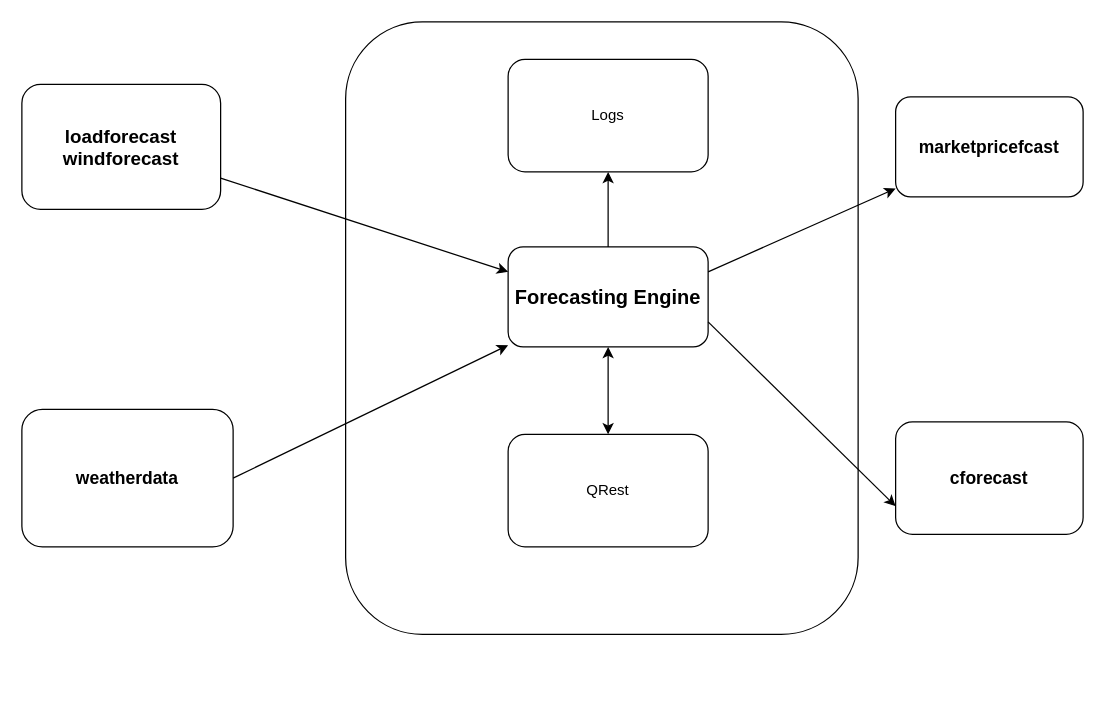
MorrisStranger/App_Academy keeps this draw.io diagram as forecastingengine.drawio. Above is the earlier version. Source tidied: cells renumbered, new cells numbered last; positions are measured from the earlier drawing's top-left corner, leaving out a move shared by most shapes. Both pictures are drawn from the tidied source at 125%, with x=0, y=0 at pixel (21, 21).
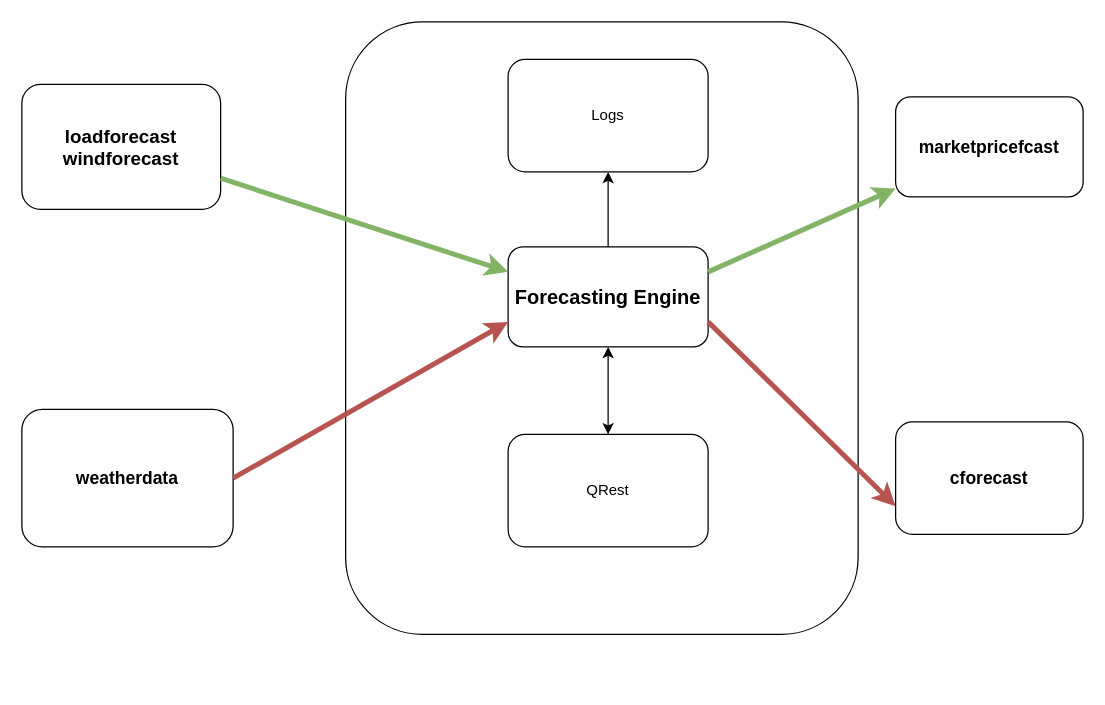
After the change.

What changed in the source:
```diff
@@
 <mxGraphModel>
   <root>
     <mxCell id="0" />
     <mxCell id="1" parent="0" />
     <mxCell id="2" value="&lt;font style=&quot;font-size: 14px&quot;&gt;&lt;b&gt;weatherdata&lt;/b&gt;&lt;/font&gt;" style="rounded=1;whiteSpace=wrap;html=1;" parent="1" vertex="1">
       <mxGeometry y="310" width="169" height="110" as="geometry" />
     </mxCell>
     <mxCell id="3" value="&lt;font style=&quot;font-size: 15px&quot;&gt;&lt;b&gt;loadforecast&lt;br&gt;windforecast&lt;/b&gt;&lt;/font&gt;" style="rounded=1;whiteSpace=wrap;html=1;" parent="1" vertex="1">
       <mxGeometry y="50" width="159" height="100" as="geometry" />
     </mxCell>
     <mxCell id="4" style="group;" parent="1" vertex="1">
       <mxGeometry x="259" width="590" height="528.9" as="geometry" />
     </mxCell>
     <mxCell id="5" style="rounded=1;whiteSpace=wrap;html=1;direction=south;" parent="4" vertex="1">
       <mxGeometry width="410" height="490" as="geometry" />
     </mxCell>
     <mxCell id="6" value="QRest" style="rounded=1;whiteSpace=wrap;html=1;" parent="4" vertex="1">
       <mxGeometry x="130" y="330" width="160" height="90" as="geometry" />
     </mxCell>
     <mxCell id="7" value="Logs" style="rounded=1;whiteSpace=wrap;html=1;" parent="4" vertex="1">
       <mxGeometry x="130" y="30" width="160" height="90" as="geometry" />
     </mxCell>
     <mxCell id="8" value="&lt;font style=&quot;font-size: 16px&quot;&gt;&lt;b&gt;Forecasting Engine&lt;/b&gt;&lt;/font&gt;" style="rounded=1;whiteSpace=wrap;html=1;" parent="4" vertex="1">
       <mxGeometry x="130" y="180" width="160" height="80" as="geometry" />
     </mxCell>
     <mxCell id="9" style="endArrow=classic;html=1;exitX=0.5;exitY=0;exitDx=0;exitDy=0;" parent="4" edge="1" source="8" target="7">
       <mxGeometry relative="1" as="geometry" />
     </mxCell>
     <mxCell id="10" value="&lt;b&gt;&lt;font style=&quot;font-size: 14px&quot;&gt;cforecast&lt;/font&gt;&lt;/b&gt;" style="rounded=1;whiteSpace=wrap;html=1;" parent="4" vertex="1">
       <mxGeometry x="440" y="320" width="150" height="90" as="geometry" />
     </mxCell>
     <mxCell id="11" value="&lt;b&gt;&lt;font style=&quot;font-size: 14px&quot;&gt;marketpricefcast&lt;/font&gt;&lt;/b&gt;" style="rounded=1;whiteSpace=wrap;html=1;" parent="4" vertex="1">
       <mxGeometry x="440" y="60" width="150" height="80" as="geometry" />
     </mxCell>
-    <mxCell id="12" style="endArrow=classic;html=1;exitX=1;exitY=0.25;exitDx=0;exitDy=0;" parent="4" edge="1" source="8" target="11">
+    <mxCell id="12" style="endArrow=classic;html=1;exitX=1;exitY=0.25;exitDx=0;exitDy=0;fillColor=#d5e8d4;strokeColor=#82b366;strokeWidth=4;" parent="4" edge="1" source="8" target="11">
       <mxGeometry relative="1" as="geometry" />
     </mxCell>
-    <mxCell id="13" style="endArrow=classic;html=1;entryX=0;entryY=0.75;entryDx=0;entryDy=0;exitX=1;exitY=0.75;exitDx=0;exitDy=0;" parent="4" edge="1" source="8" target="10">
+    <mxCell id="13" style="endArrow=classic;html=1;entryX=0;entryY=0.75;entryDx=0;entryDy=0;exitX=1;exitY=0.75;exitDx=0;exitDy=0;fillColor=#f8cecc;strokeWidth=4;strokeColor=#B85450;" parent="4" edge="1" source="8" target="10">
       <mxGeometry relative="1" as="geometry" />
     </mxCell>
     <mxCell id="14" style="endArrow=classic;startArrow=classic;html=1;exitX=0.5;exitY=0;exitDx=0;exitDy=0;entryX=0.5;entryY=1;entryDx=0;entryDy=0;" parent="4" edge="1" source="6" target="8">
       <mxGeometry relative="1" as="geometry">
         <Array as="points">
           <mxPoint x="210" y="300" />
         </Array>
       </mxGeometry>
     </mxCell>
-    <mxCell id="15" style="endArrow=classic;html=1;exitX=1;exitY=0.5;exitDx=0;exitDy=0;" parent="1" edge="1" source="2" target="8">
+    <mxCell id="15" style="endArrow=classic;html=1;exitX=1;exitY=0.5;exitDx=0;exitDy=0;strokeWidth=4;strokeColor=#B85450;entryX=0;entryY=0.75;entryDx=0;entryDy=0;" parent="1" edge="1" source="2" target="8">
       <mxGeometry relative="1" as="geometry" />
     </mxCell>
-    <mxCell id="16" style="endArrow=classic;html=1;exitX=1;exitY=0.75;exitDx=0;exitDy=0;entryX=0;entryY=0.25;entryDx=0;entryDy=0;" parent="1" edge="1" source="3" target="8">
+    <mxCell id="16" style="endArrow=classic;html=1;exitX=1;exitY=0.75;exitDx=0;exitDy=0;entryX=0;entryY=0.25;entryDx=0;entryDy=0;fillColor=#d5e8d4;strokeColor=#82b366;strokeWidth=4;" parent="1" edge="1" source="3" target="8">
       <mxGeometry relative="1" as="geometry" />
     </mxCell>
   </root>
 </mxGraphModel>
```
